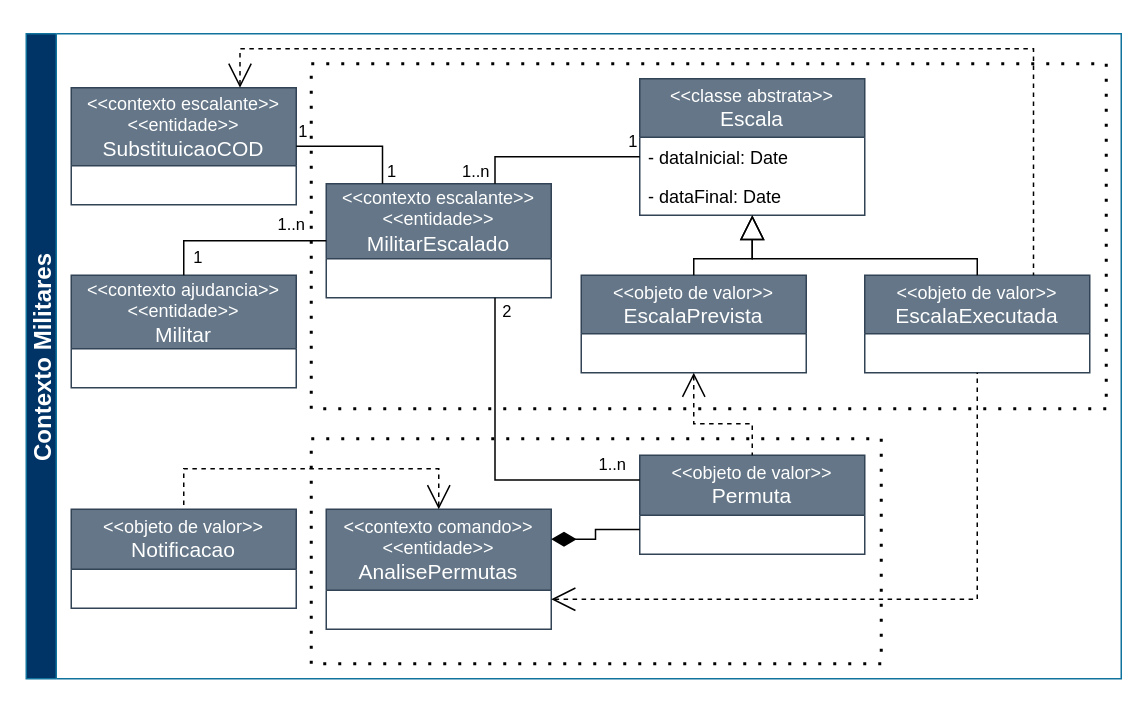
Earlier version of the draw.io diagram docs/diagramas/drawio/DiagramaUMLMilitares.drawio (joaoAaf/escalante-ddd). Source tidied: cells renumbered, new cells numbered last; positions are measured from the earlier drawing's top-left corner, leaving out a move shared by most shapes. Both pictures are drawn from the tidied source at 150%, with x=0, y=0 at pixel (26, 33).
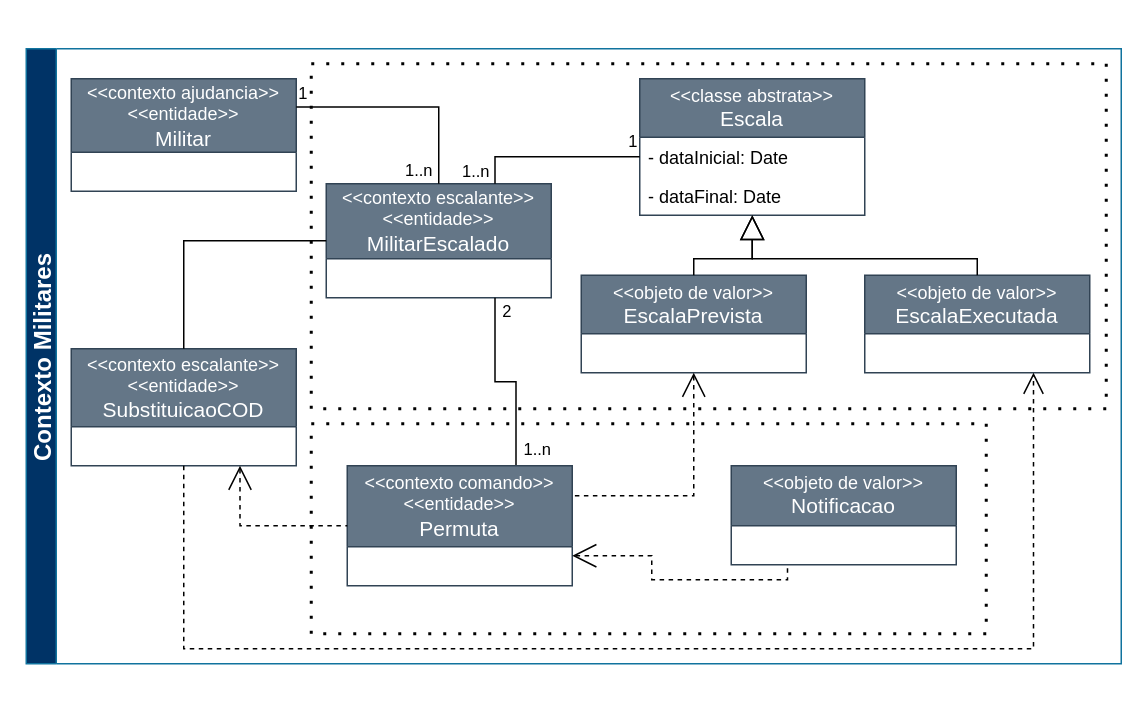
The same diagram, later.

Unchanged cells that the change refers to:
```xml
<mxCell id="4" value="&lt;div&gt;&lt;div&gt;&lt;div&gt;&amp;lt;&amp;lt;contexto escalante&amp;gt;&amp;gt;&lt;/div&gt;&lt;/div&gt;&lt;/div&gt;&lt;div&gt;&lt;div&gt;&amp;lt;&amp;lt;entidade&amp;gt;&amp;gt;&lt;/div&gt;&lt;/div&gt;&lt;div&gt;&lt;font style=&quot;font-size: 14px;&quot;&gt;MilitarEscalado&lt;/font&gt;&lt;/div&gt;" style="swimlane;fontStyle=0;horizontal=1;startSize=50;fillColor=#647687;whiteSpace=wrap;html=1;fontColor=#ffffff;strokeColor=#314354;" parent="1" vertex="1">
  <mxGeometry x="200" y="100" width="150" height="76" as="geometry" />
</mxCell>
<mxCell id="5" value="&lt;div&gt;&amp;lt;&amp;lt;objeto de valor&amp;gt;&amp;gt;&lt;br&gt;&lt;font style=&quot;font-size: 14px;&quot;&gt;EscalaPrevista&lt;/font&gt;&lt;/div&gt;" style="swimlane;fontStyle=0;horizontal=1;startSize=39;fillColor=#647687;whiteSpace=wrap;html=1;fontColor=#ffffff;strokeColor=#314354;" parent="1" vertex="1">
  <mxGeometry x="370" y="161" width="150" height="65" as="geometry" />
</mxCell>
<mxCell id="11" value="&lt;div&gt;&amp;lt;&amp;lt;objeto de valor&amp;gt;&amp;gt;&lt;br&gt;&lt;font style=&quot;font-size: 14px;&quot;&gt;EscalaExecutada&lt;/font&gt;&lt;/div&gt;" style="swimlane;fontStyle=0;horizontal=1;startSize=39;fillColor=#647687;whiteSpace=wrap;html=1;fontColor=#ffffff;strokeColor=#314354;" parent="1" vertex="1">
  <mxGeometry x="559" y="161" width="150" height="65" as="geometry" />
</mxCell>
```

Diff of the diagram source:
```diff
@@
     <mxCell id="2" style="rounded=0;whiteSpace=wrap;html=1;strokeWidth=2;dashed=1;dashPattern=1 4;glass=0;fillColor=none;" parent="1" vertex="1">
-      <mxGeometry x="190" y="270" width="380" height="150" as="geometry" />
+      <mxGeometry x="190" y="260" width="450" height="140" as="geometry" />
     </mxCell>
@@
-    <mxCell id="6" value="&lt;div&gt;&amp;lt;&amp;lt;objeto de valor&amp;gt;&amp;gt;&lt;br&gt;&lt;font style=&quot;font-size: 14px;&quot;&gt;Permuta&lt;/font&gt;&lt;/div&gt;" style="swimlane;fontStyle=0;horizontal=1;startSize=40;fillColor=#647687;whiteSpace=wrap;html=1;fontColor=#ffffff;strokeColor=#314354;" parent="1" vertex="1">
-      <mxGeometry x="409" y="281" width="150" height="66" as="geometry" />
-    </mxCell>
-    <mxCell id="7" style="endArrow=none;html=1;endSize=12;startArrow=none;startSize=14;startFill=0;edgeStyle=orthogonalEdgeStyle;rounded=0;exitX=0;exitY=0.25;exitDx=0;exitDy=0;entryX=0.75;entryY=1;entryDx=0;entryDy=0;" parent="1" edge="1" source="6" target="4">
+    <mxCell id="7" style="endArrow=none;html=1;endSize=12;startArrow=none;startSize=14;startFill=0;edgeStyle=orthogonalEdgeStyle;rounded=0;exitX=0.75;exitY=0;exitDx=0;exitDy=0;entryX=0.75;entryY=1;entryDx=0;entryDy=0;" parent="1" edge="1" source="17" target="4">
       <mxGeometry relative="1" as="geometry" />
     </mxCell>
     <mxCell id="8" value="&lt;div&gt;1..n&lt;/div&gt;" style="edgeLabel;html=1;align=left;verticalAlign=top;" parent="7" vertex="1">
       <mxGeometry x="-1" relative="1" as="geometry">
-        <mxPoint x="-29" y="-24" as="offset" />
+        <mxPoint x="3" y="-24" as="offset" />
       </mxGeometry>
     </mxCell>
@@
-    <mxCell id="10" style="endArrow=none;html=1;endSize=12;startArrow=open;startSize=14;startFill=0;edgeStyle=orthogonalEdgeStyle;rounded=0;entryX=0.5;entryY=0;entryDx=0;entryDy=0;dashed=1;" parent="1" edge="1" source="5" target="6">
+    <mxCell id="10" style="endArrow=none;html=1;endSize=12;startArrow=open;startSize=14;startFill=0;edgeStyle=orthogonalEdgeStyle;rounded=0;dashed=1;entryX=1;entryY=0.25;entryDx=0;entryDy=0;" parent="1" edge="1" source="5" target="17">
       <mxGeometry relative="1" as="geometry">
         <Array as="points">
-          <mxPoint x="445" y="260" />
-          <mxPoint x="484" y="260" />
+          <mxPoint x="445" y="308" />
         </Array>
       </mxGeometry>
     </mxCell>
@@
     <mxCell id="12" value="Contexto Militares" style="swimlane;startSize=20;horizontal=0;horizontalTree=1;sortEdges=1;containerType=tree;fontSize=16;fillColor=#003366;strokeColor=#10739e;fontColor=#FFFFFF;" parent="1" vertex="1">
-      <mxGeometry width="730" height="430" as="geometry" />
+      <mxGeometry y="10" width="730" height="410" as="geometry" />
     </mxCell>
     <mxCell id="13" value="&lt;div&gt;&lt;div&gt;&amp;lt;&amp;lt;contexto ajudancia&amp;gt;&amp;gt;&lt;/div&gt;&lt;/div&gt;&amp;lt;&amp;lt;entidade&amp;gt;&amp;gt;&lt;br&gt;&lt;font style=&quot;font-size: 14px;&quot;&gt;Militar&lt;/font&gt;" style="swimlane;fontStyle=0;horizontal=1;startSize=49;fillColor=#647687;whiteSpace=wrap;html=1;fontColor=#ffffff;strokeColor=#314354;" parent="1" vertex="1">
-      <mxGeometry x="30" y="161" width="150" height="75" as="geometry" />
+      <mxGeometry x="30" y="30" width="150" height="75" as="geometry" />
     </mxCell>
-    <mxCell id="14" style="endArrow=none;html=1;endSize=12;startArrow=none;startSize=14;startFill=0;edgeStyle=orthogonalEdgeStyle;rounded=0;exitX=0;exitY=0.5;exitDx=0;exitDy=0;entryX=0.5;entryY=0;entryDx=0;entryDy=0;" parent="1" edge="1" source="4" target="13">
+    <mxCell id="14" style="endArrow=none;html=1;endSize=12;startArrow=none;startSize=14;startFill=0;edgeStyle=orthogonalEdgeStyle;rounded=0;exitX=0.5;exitY=0;exitDx=0;exitDy=0;entryX=1;entryY=0.25;entryDx=0;entryDy=0;" parent="1" edge="1" source="4" target="13">
       <mxGeometry relative="1" as="geometry" />
     </mxCell>
     <mxCell id="15" value="&lt;div&gt;1..n&lt;/div&gt;" style="edgeLabel;html=1;align=left;verticalAlign=top;" parent="14" vertex="1">
       <mxGeometry x="-1" relative="1" as="geometry">
-        <mxPoint x="-34" y="-24" as="offset" />
+        <mxPoint x="-24" y="-22" as="offset" />
       </mxGeometry>
     </mxCell>
     <mxCell id="16" value="1" style="edgeLabel;html=1;align=right;verticalAlign=top;" parent="14" vertex="1">
       <mxGeometry x="1" relative="1" as="geometry">
-        <mxPoint x="13" y="-25" as="offset" />
+        <mxPoint x="8" y="-22" as="offset" />
       </mxGeometry>
     </mxCell>
-    <mxCell id="17" value="&lt;div&gt;&lt;div&gt;&lt;div&gt;&lt;div&gt;&amp;lt;&amp;lt;contexto comando&amp;gt;&amp;gt;&lt;/div&gt;&lt;/div&gt;&lt;/div&gt;&lt;/div&gt;&lt;div&gt;&amp;lt;&amp;lt;entidade&amp;gt;&amp;gt;&lt;br&gt;&lt;font style=&quot;font-size: 14px;&quot;&gt;AnalisePermutas&lt;/font&gt;&lt;/div&gt;" style="swimlane;fontStyle=0;horizontal=1;startSize=54;fillColor=#647687;whiteSpace=wrap;html=1;fontColor=#ffffff;strokeColor=#314354;" parent="1" vertex="1">
-      <mxGeometry x="200" y="317" width="150" height="80" as="geometry" />
+    <mxCell id="17" value="&lt;div&gt;&lt;div&gt;&lt;div&gt;&lt;div&gt;&amp;lt;&amp;lt;contexto comando&amp;gt;&amp;gt;&lt;/div&gt;&lt;/div&gt;&lt;/div&gt;&lt;/div&gt;&lt;div&gt;&amp;lt;&amp;lt;entidade&amp;gt;&amp;gt;&lt;br&gt;&lt;font style=&quot;font-size: 14px;&quot;&gt;Permuta&lt;/font&gt;&lt;/div&gt;" style="swimlane;fontStyle=0;horizontal=1;startSize=54;fillColor=#647687;whiteSpace=wrap;html=1;fontColor=#ffffff;strokeColor=#314354;" parent="1" vertex="1">
+      <mxGeometry x="214" y="288" width="150" height="80" as="geometry" />
     </mxCell>
@@
     <mxCell id="26" value="&lt;div&gt;&amp;lt;&amp;lt;objeto de valor&amp;gt;&amp;gt;&lt;br&gt;&lt;font style=&quot;font-size: 14px;&quot;&gt;Notificacao&lt;/font&gt;&lt;/div&gt;" style="swimlane;fontStyle=0;horizontal=1;startSize=40;fillColor=#647687;whiteSpace=wrap;html=1;fontColor=#ffffff;strokeColor=#314354;" parent="1" vertex="1">
-      <mxGeometry x="30" y="317" width="150" height="66" as="geometry" />
+      <mxGeometry x="470" y="288" width="150" height="66" as="geometry" />
     </mxCell>
-    <mxCell id="27" style="endArrow=none;html=1;endSize=12;startArrow=open;startSize=14;startFill=0;edgeStyle=orthogonalEdgeStyle;rounded=0;entryX=0.5;entryY=0;entryDx=0;entryDy=0;dashed=1;exitX=0.5;exitY=0;exitDx=0;exitDy=0;" parent="1" edge="1" source="17" target="26">
-      <mxGeometry relative="1" as="geometry">
-        <Array as="points">
-          <mxPoint x="275" y="290" />
-          <mxPoint x="105" y="290" />
-        </Array>
-      </mxGeometry>
+    <mxCell id="27" style="endArrow=none;html=1;endSize=12;startArrow=open;startSize=14;startFill=0;edgeStyle=orthogonalEdgeStyle;rounded=0;entryX=0.25;entryY=1;entryDx=0;entryDy=0;dashed=1;exitX=1;exitY=0.75;exitDx=0;exitDy=0;" parent="1" edge="1" source="17" target="26">
+      <mxGeometry relative="1" as="geometry" />
     </mxCell>
-    <mxCell id="28" style="endArrow=none;html=1;endSize=12;startArrow=diamondThin;startSize=14;startFill=1;edgeStyle=orthogonalEdgeStyle;rounded=0;exitX=1;exitY=0.25;exitDx=0;exitDy=0;entryX=0;entryY=0.75;entryDx=0;entryDy=0;" parent="1" edge="1" source="17" target="6">
-      <mxGeometry relative="1" as="geometry" />
-    </mxCell>
-    <mxCell id="29" style="endArrow=none;html=1;endSize=12;startArrow=open;startSize=14;startFill=0;edgeStyle=orthogonalEdgeStyle;rounded=0;entryX=0.5;entryY=1;entryDx=0;entryDy=0;dashed=1;exitX=1;exitY=0.75;exitDx=0;exitDy=0;" parent="1" edge="1" source="17" target="11">
-      <mxGeometry relative="1" as="geometry" />
-    </mxCell>
     <mxCell id="30" value="&lt;div&gt;&lt;div&gt;&amp;lt;&amp;lt;contexto escalante&amp;gt;&amp;gt;&lt;/div&gt;&lt;div&gt;&lt;/div&gt;&lt;div&gt;&amp;lt;&amp;lt;entidade&amp;gt;&amp;gt;&lt;/div&gt;&lt;div&gt;&lt;span style=&quot;font-size: 14px;&quot;&gt;SubstituicaoCOD&lt;/span&gt;&lt;/div&gt;&lt;/div&gt;" style="swimlane;fontStyle=0;horizontal=1;startSize=52;fillColor=#647687;whiteSpace=wrap;html=1;fontColor=#ffffff;strokeColor=#314354;" parent="1" vertex="1">
-      <mxGeometry x="30" y="36" width="150" height="78" as="geometry" />
+      <mxGeometry x="30" y="210" width="150" height="78" as="geometry" />
     </mxCell>
-    <mxCell id="31" style="endArrow=none;html=1;endSize=12;startArrow=none;startSize=14;startFill=0;edgeStyle=orthogonalEdgeStyle;rounded=0;exitX=0.25;exitY=0;exitDx=0;exitDy=0;entryX=1;entryY=0.5;entryDx=0;entryDy=0;" parent="1" edge="1" source="4" target="30">
+    <mxCell id="31" style="endArrow=none;html=1;endSize=12;startArrow=none;startSize=14;startFill=0;edgeStyle=orthogonalEdgeStyle;rounded=0;exitX=0;exitY=0.5;exitDx=0;exitDy=0;entryX=0.5;entryY=0;entryDx=0;entryDy=0;" parent="1" edge="1" source="4" target="30">
       <mxGeometry relative="1" as="geometry" />
     </mxCell>
-    <mxCell id="32" value="&lt;div&gt;1&lt;/div&gt;" style="edgeLabel;html=1;align=left;verticalAlign=top;" parent="31" vertex="1">
-      <mxGeometry x="-1" relative="1" as="geometry">
-        <mxPoint x="1" y="-21" as="offset" />
-      </mxGeometry>
-    </mxCell>
-    <mxCell id="33" value="1" style="edgeLabel;html=1;align=right;verticalAlign=top;" parent="31" vertex="1">
-      <mxGeometry x="1" relative="1" as="geometry">
-        <mxPoint x="8" y="-23" as="offset" />
-      </mxGeometry>
-    </mxCell>
+    <mxCell id="35" style="endArrow=none;html=1;endSize=12;startArrow=open;startSize=14;startFill=0;edgeStyle=orthogonalEdgeStyle;rounded=0;entryX=0;entryY=0.5;entryDx=0;entryDy=0;dashed=1;exitX=0.75;exitY=1;exitDx=0;exitDy=0;" parent="1" edge="1" source="30" target="17">
+      <mxGeometry relative="1" as="geometry">
+        <Array as="points">
+          <mxPoint x="143" y="328" />
+        </Array>
+      </mxGeometry>
+    </mxCell>
-    <mxCell id="34" style="endArrow=none;html=1;endSize=12;startArrow=open;startSize=14;startFill=0;edgeStyle=orthogonalEdgeStyle;rounded=0;entryX=0.75;entryY=0;entryDx=0;entryDy=0;dashed=1;exitX=0.75;exitY=0;exitDx=0;exitDy=0;" parent="1" edge="1" source="30" target="11">
+    <mxCell id="34" style="endArrow=open;html=1;endSize=12;startArrow=none;startSize=14;startFill=0;edgeStyle=orthogonalEdgeStyle;rounded=0;entryX=0.75;entryY=1;entryDx=0;entryDy=0;dashed=1;exitX=0.5;exitY=1;exitDx=0;exitDy=0;endFill=0;" parent="1" edge="1" source="30" target="11">
       <mxGeometry relative="1" as="geometry">
         <Array as="points">
-          <mxPoint x="142" y="10" />
-          <mxPoint x="672" y="10" />
+          <mxPoint x="105" y="410" />
+          <mxPoint x="672" y="410" />
         </Array>
       </mxGeometry>
     </mxCell>
```
